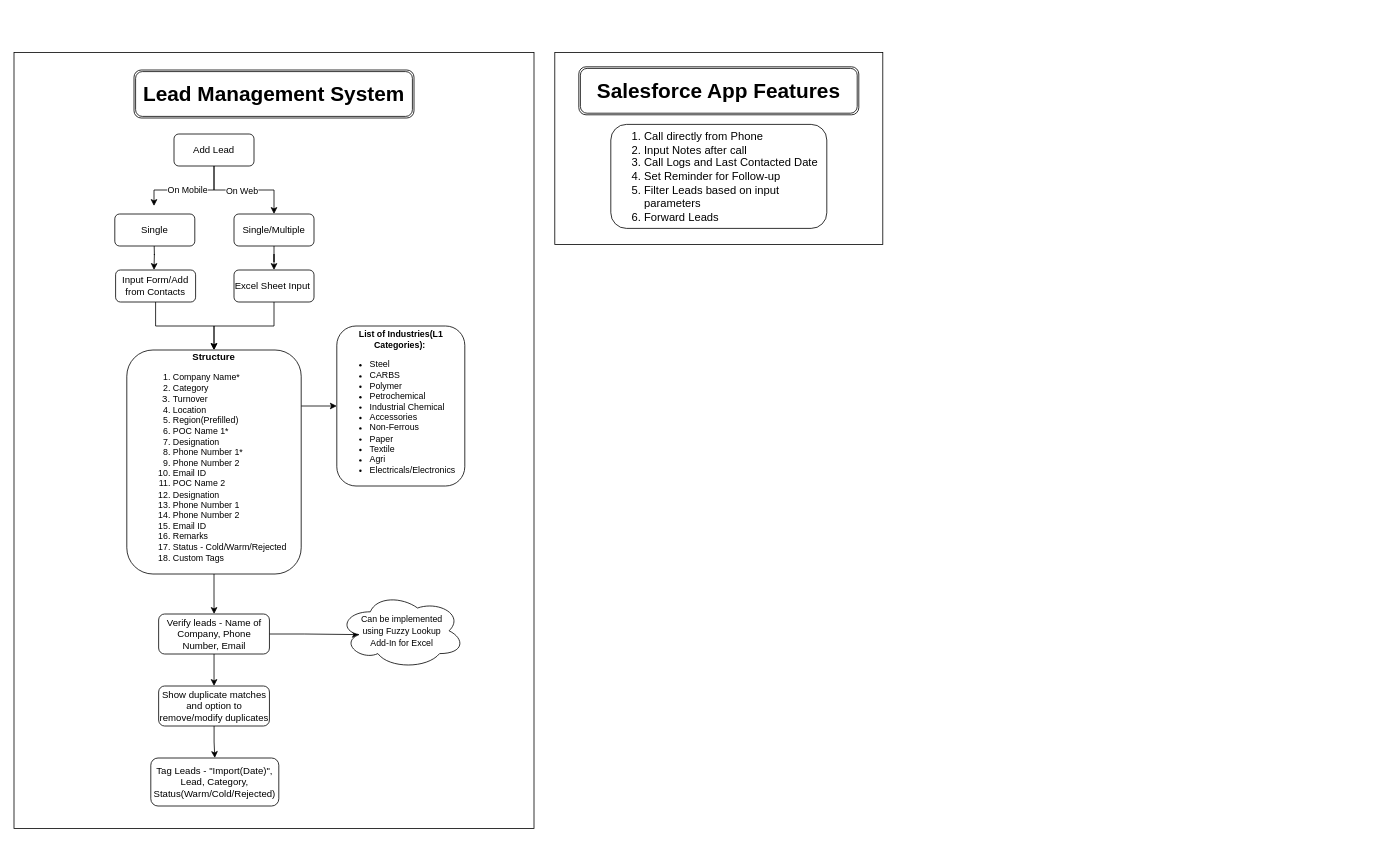
The draw.io diagram page "Lead Management System" (3 of 3) of OfCommerce Workflow.drawio in VimanyuAggarwal/PracticeRepository, before the edit. Source tidied: cells renumbered, new cells numbered last; positions are measured from the earlier drawing's top-left corner, leaving out a move shared by most shapes. Both pictures are drawn from the tidied source at 80%, with x=0, y=0 at pixel (14, 52).
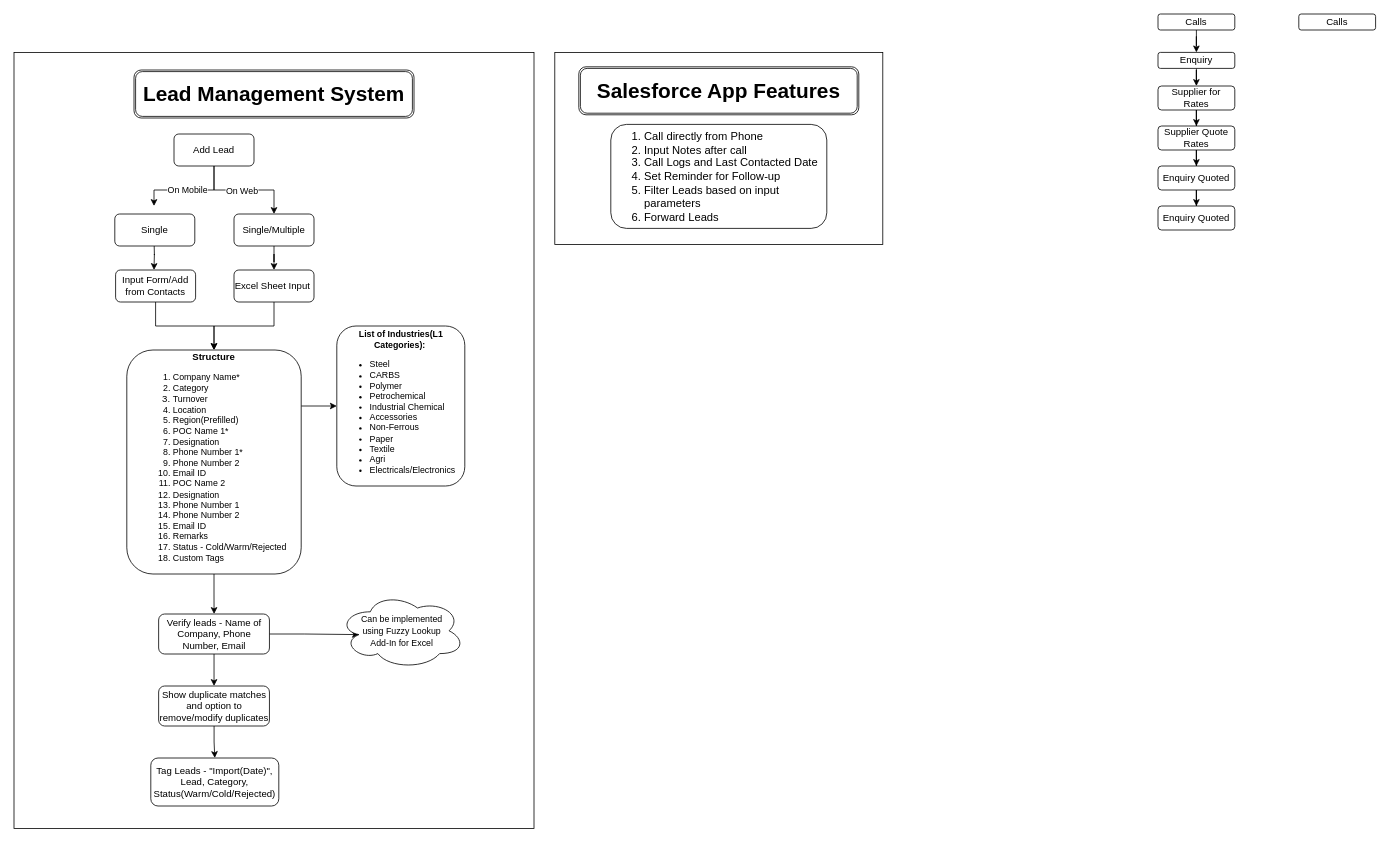
The same diagram, later.

The edit, as a diff of the source:
```diff
@@
+    <mxCell id="32" style="edgeStyle=orthogonalEdgeStyle;rounded=0;jettySize=auto;html=1;" parent="1" edge="1" source="33" target="35">
+      <mxGeometry relative="1" as="geometry" />
+    </mxCell>
+    <mxCell id="33" value="Calls" style="rounded=1;whiteSpace=wrap;html=1;" parent="1" vertex="1">
+      <mxGeometry x="1430" y="-48" width="96" height="20" as="geometry" />
+    </mxCell>
+    <mxCell id="34" style="edgeStyle=orthogonalEdgeStyle;rounded=0;jettySize=auto;html=1;" parent="1" edge="1" source="35" target="37">
+      <mxGeometry relative="1" as="geometry" />
+    </mxCell>
+    <mxCell id="35" value="Enquiry" style="rounded=1;whiteSpace=wrap;html=1;" parent="1" vertex="1">
+      <mxGeometry x="1430" width="96" height="20" as="geometry" />
+    </mxCell>
+    <mxCell id="36" style="edgeStyle=orthogonalEdgeStyle;rounded=0;jettySize=auto;html=1;" parent="1" edge="1" source="37" target="39">
+      <mxGeometry relative="1" as="geometry" />
+    </mxCell>
+    <mxCell id="37" value="Supplier for Rates" style="rounded=1;whiteSpace=wrap;html=1;" parent="1" vertex="1">
+      <mxGeometry x="1430" y="42" width="96" height="30" as="geometry" />
+    </mxCell>
+    <mxCell id="38" style="edgeStyle=orthogonalEdgeStyle;rounded=0;jettySize=auto;html=1;" parent="1" edge="1" source="39" target="41">
+      <mxGeometry relative="1" as="geometry" />
+    </mxCell>
+    <mxCell id="39" value="Supplier Quote Rates" style="rounded=1;whiteSpace=wrap;html=1;" parent="1" vertex="1">
+      <mxGeometry x="1430" y="92" width="96" height="30" as="geometry" />
+    </mxCell>
+    <mxCell id="40" style="edgeStyle=orthogonalEdgeStyle;rounded=0;jettySize=auto;html=1;" parent="1" edge="1" source="41" target="43">
+      <mxGeometry relative="1" as="geometry" />
+    </mxCell>
+    <mxCell id="41" value="Enquiry Quoted" style="rounded=1;whiteSpace=wrap;html=1;" parent="1" vertex="1">
+      <mxGeometry x="1430" y="142" width="96" height="30" as="geometry" />
+    </mxCell>
+    <mxCell id="42" value="Calls" style="rounded=1;whiteSpace=wrap;html=1;" parent="1" vertex="1">
+      <mxGeometry x="1606" y="-48" width="96" height="20" as="geometry" />
+    </mxCell>
+    <mxCell id="43" value="Enquiry Quoted" style="rounded=1;whiteSpace=wrap;html=1;" parent="1" vertex="1">
+      <mxGeometry x="1430" y="192" width="96" height="30" as="geometry" />
+    </mxCell>
```
